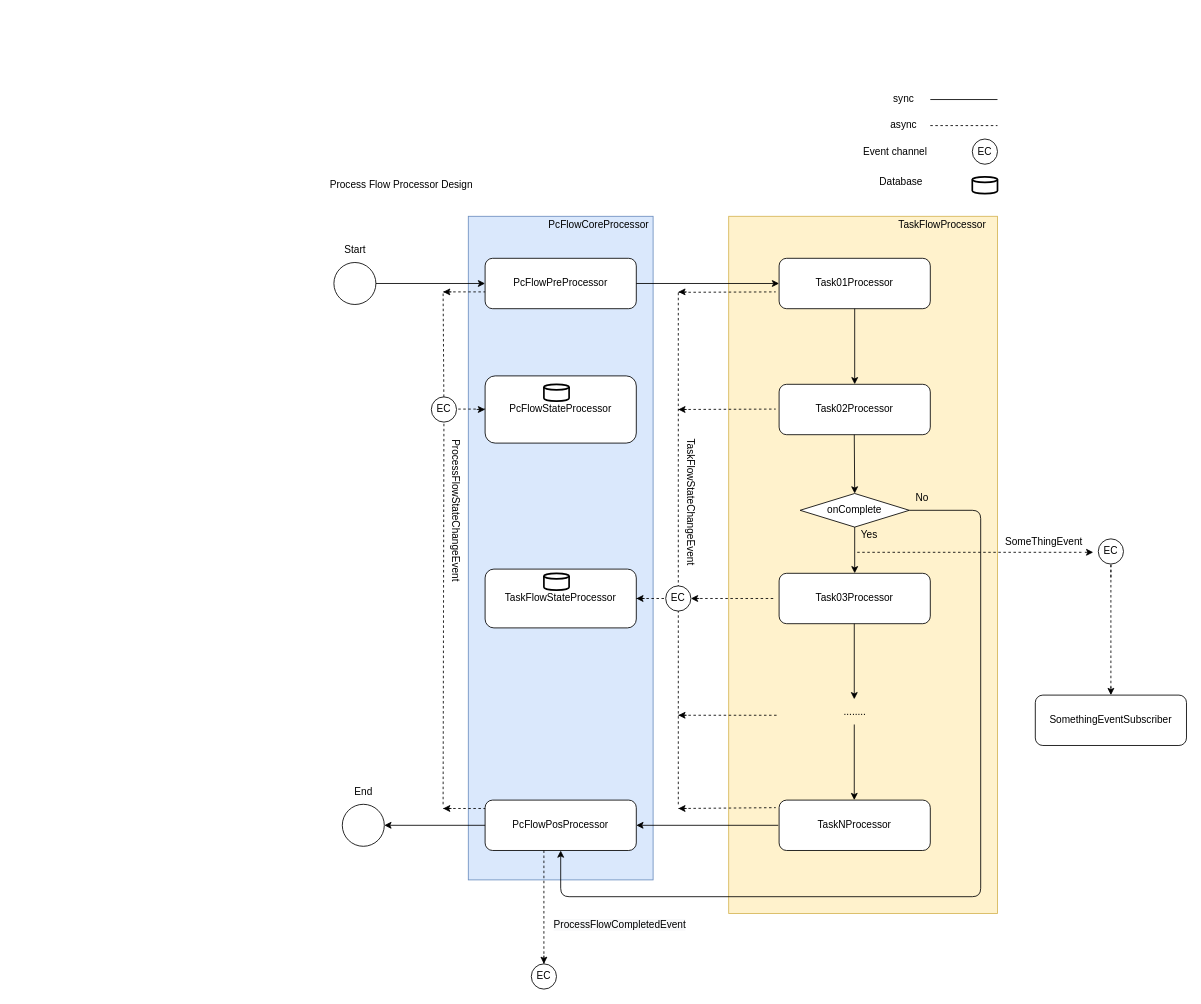
The draw.io diagram PcFlowProcessor.drawio in ndhcoder/my-configs, before the edit. Source tidied: cells renumbered, new cells numbered last; positions are measured from the earlier drawing's top-left corner, leaving out a move shared by most shapes. Both pictures are drawn from the tidied source at 84%, with x=0, y=0 at pixel (321, 91).
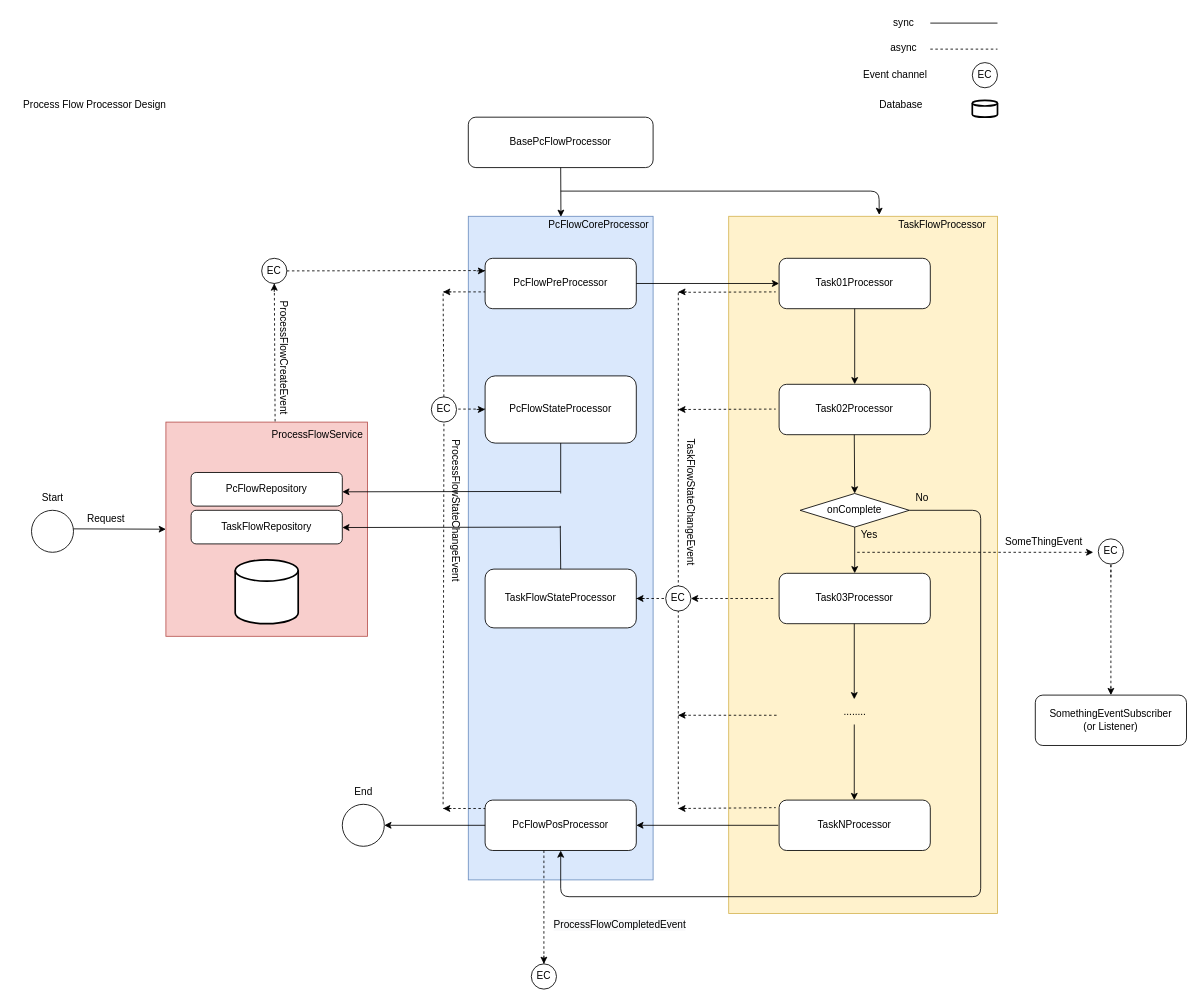
After the change.

Unchanged cells that the change refers to:
```xml
<mxCell id="3" style="rounded=0;whiteSpace=wrap;html=1;fillColor=#fff2cc;strokeColor=#d6b656;" parent="1" vertex="1">
  <mxGeometry x="485" y="149" width="320" height="830" as="geometry" />
</mxCell>
<mxCell id="6" value="PcFlowPreProcessor" style="rounded=1;whiteSpace=wrap;html=1;" parent="1" vertex="1">
  <mxGeometry x="195" y="199" width="180" height="60" as="geometry" />
</mxCell>
<mxCell id="25" value="PcFlowStateProcessor" style="rounded=1;whiteSpace=wrap;html=1;" parent="1" vertex="1">
  <mxGeometry x="195" y="339" width="180" height="80" as="geometry" />
</mxCell>
<mxCell id="76" value="PcFlowCoreProcessor" style="text;html=1;align=center;verticalAlign=middle;points=[];" parent="1" vertex="1">
  <mxGeometry x="265" y="149" width="130" height="20" as="geometry" />
</mxCell>
```

What changed in the source:
```diff
@@
+    <mxCell id="79" style="rounded=0;whiteSpace=wrap;html=1;fillColor=#f8cecc;strokeColor=#b85450;" parent="1" vertex="1">
+      <mxGeometry x="-185" y="394" width="240" height="255" as="geometry" />
+    </mxCell>
@@
     <mxCell id="19" style="ellipse;whiteSpace=wrap;html=1;" parent="1" vertex="1">
-      <mxGeometry x="15" y="204" width="50" height="50" as="geometry" />
+      <mxGeometry x="-345" y="499" width="50" height="50" as="geometry" />
     </mxCell>
@@
-    <mxCell id="21" style="endArrow=classic;html=1;entryX=0;entryY=0.5;entryDx=0;entryDy=0;" parent="1" edge="1" target="6">
+    <mxCell id="21" style="endArrow=classic;html=1;entryX=0;entryY=0.5;entryDx=0;entryDy=0;" parent="1" edge="1" target="79">
       <mxGeometry relative="1" as="geometry">
-        <mxPoint x="65" y="229" as="sourcePoint" />
+        <mxPoint x="-295" y="521.1" as="sourcePoint" />
       </mxGeometry>
     </mxCell>
@@
     <mxCell id="23" value="Start" style="text;html=1;align=center;verticalAlign=middle;" parent="1" vertex="1">
-      <mxGeometry x="20" y="179" width="40" height="20" as="geometry" />
+      <mxGeometry x="-340" y="474" width="40" height="20" as="geometry" />
     </mxCell>
@@
     <mxCell id="45" style="endArrow=none;dashed=1;html=1;" parent="1" edge="1">
       <mxGeometry relative="1" as="geometry">
-        <mxPoint x="725" y="41" as="sourcePoint" />
-        <mxPoint x="805" y="41" as="targetPoint" />
+        <mxPoint x="725" y="-50" as="sourcePoint" />
+        <mxPoint x="805" y="-50" as="targetPoint" />
       </mxGeometry>
     </mxCell>
     <mxCell id="46" value="async" style="text;html=1;align=center;verticalAlign=middle;" parent="1" vertex="1">
-      <mxGeometry x="668" y="30" width="50" height="20" as="geometry" />
+      <mxGeometry x="668" y="-61" width="50" height="20" as="geometry" />
     </mxCell>
     <mxCell id="47" style="endArrow=none;html=1;" parent="1" edge="1">
       <mxGeometry relative="1" as="geometry">
-        <mxPoint x="725" y="10" as="sourcePoint" />
-        <mxPoint x="805" y="10" as="targetPoint" />
+        <mxPoint x="725" y="-81" as="sourcePoint" />
+        <mxPoint x="805" y="-81" as="targetPoint" />
       </mxGeometry>
     </mxCell>
     <mxCell id="48" value="sync" style="text;html=1;align=center;verticalAlign=middle;" parent="1" vertex="1">
-      <mxGeometry x="673" width="40" height="20" as="geometry" />
+      <mxGeometry x="673" y="-91" width="40" height="20" as="geometry" />
     </mxCell>
-    <mxCell id="49" style="strokeWidth=2;html=1;shape=mxgraph.flowchart.database;whiteSpace=wrap;" parent="1" vertex="1">
-      <mxGeometry x="265" y="349" width="30" height="20" as="geometry" />
-    </mxCell>
-    <mxCell id="50" style="strokeWidth=2;html=1;shape=mxgraph.flowchart.database;whiteSpace=wrap;" parent="1" vertex="1">
-      <mxGeometry x="265" y="574" width="30" height="20" as="geometry" />
-    </mxCell>
@@
-    <mxCell id="60" value="SomethingEventSubscriber" style="rounded=1;whiteSpace=wrap;html=1;" parent="1" vertex="1">
+    <mxCell id="60" value="SomethingEventSubscriber&lt;br&gt;(or Listener)" style="rounded=1;whiteSpace=wrap;html=1;" parent="1" vertex="1">
       <mxGeometry x="850" y="719" width="180" height="60" as="geometry" />
     </mxCell>
@@
     <mxCell id="68" value="EC" style="ellipse;whiteSpace=wrap;html=1;" parent="1" vertex="1">
-      <mxGeometry x="775" y="57" width="30" height="30" as="geometry" />
+      <mxGeometry x="775" y="-34" width="30" height="30" as="geometry" />
     </mxCell>
     <mxCell id="69" value="Event channel" style="text;html=1;align=center;verticalAlign=middle;" parent="1" vertex="1">
-      <mxGeometry x="638" y="62" width="90" height="20" as="geometry" />
+      <mxGeometry x="638" y="-29" width="90" height="20" as="geometry" />
     </mxCell>
@@
     <mxCell id="75" value="Process Flow Processor Design" style="text;html=1;align=center;verticalAlign=middle;" parent="1" vertex="1">
-      <mxGeometry y="102" width="190" height="20" as="geometry" />
+      <mxGeometry x="-365" y="7" width="190" height="20" as="geometry" />
     </mxCell>
@@
     <mxCell id="77" style="strokeWidth=2;html=1;shape=mxgraph.flowchart.database;whiteSpace=wrap;" parent="1" vertex="1">
-      <mxGeometry x="775" y="102" width="30" height="20" as="geometry" />
+      <mxGeometry x="775" y="11" width="30" height="20" as="geometry" />
     </mxCell>
     <mxCell id="78" value="Database" style="text;html=1;align=center;verticalAlign=middle;" parent="1" vertex="1">
-      <mxGeometry x="655" y="98" width="70" height="20" as="geometry" />
+      <mxGeometry x="655" y="7" width="70" height="20" as="geometry" />
     </mxCell>
+    <mxCell id="80" value="PcFlowRepository" style="rounded=1;whiteSpace=wrap;html=1;" parent="1" vertex="1">
+      <mxGeometry x="-155" y="454" width="180" height="40" as="geometry" />
+    </mxCell>
+    <mxCell id="81" value="TaskFlowRepository" style="rounded=1;whiteSpace=wrap;html=1;" parent="1" vertex="1">
+      <mxGeometry x="-155" y="499" width="180" height="40" as="geometry" />
+    </mxCell>
+    <mxCell id="82" style="strokeWidth=2;html=1;shape=mxgraph.flowchart.database;whiteSpace=wrap;" parent="1" vertex="1">
+      <mxGeometry x="-102.5" y="558" width="75" height="76" as="geometry" />
+    </mxCell>
+    <mxCell id="83" style="endArrow=classic;html=1;" parent="1" edge="1">
+      <mxGeometry relative="1" as="geometry">
+        <mxPoint x="285" y="476.5" as="sourcePoint" />
+        <mxPoint x="25" y="477" as="targetPoint" />
+      </mxGeometry>
+    </mxCell>
+    <mxCell id="84" style="endArrow=none;html=1;entryX=0.5;entryY=1;entryDx=0;entryDy=0;" parent="1" edge="1" target="25">
+      <mxGeometry relative="1" as="geometry">
+        <mxPoint x="285" y="479" as="sourcePoint" />
+      </mxGeometry>
+    </mxCell>
+    <mxCell id="85" value="ProcessFlowService" style="text;html=1;align=center;verticalAlign=middle;" parent="1" vertex="1">
+      <mxGeometry x="-65" y="399" width="120" height="20" as="geometry" />
+    </mxCell>
+    <mxCell id="86" style="endArrow=classic;html=1;" parent="1" edge="1">
+      <mxGeometry relative="1" as="geometry">
+        <mxPoint x="285" y="519" as="sourcePoint" />
+        <mxPoint x="25" y="519.5" as="targetPoint" />
+      </mxGeometry>
+    </mxCell>
+    <mxCell id="87" style="endArrow=none;html=1;entryX=0.5;entryY=1;entryDx=0;entryDy=0;" parent="1" edge="1">
+      <mxGeometry relative="1" as="geometry">
+        <mxPoint x="285" y="569" as="sourcePoint" />
+        <mxPoint x="284.5" y="517.5" as="targetPoint" />
+      </mxGeometry>
+    </mxCell>
+    <mxCell id="88" value="Request&amp;nbsp;" style="text;html=1;align=center;verticalAlign=middle;" parent="1" vertex="1">
+      <mxGeometry x="-285" y="499" width="60" height="20" as="geometry" />
+    </mxCell>
+    <mxCell id="89" value="EC" style="ellipse;whiteSpace=wrap;html=1;" parent="1" vertex="1">
+      <mxGeometry x="-71" y="199" width="30" height="30" as="geometry" />
+    </mxCell>
+    <mxCell id="90" style="endArrow=none;dashed=1;html=1;" parent="1" edge="1" target="89">
+      <mxGeometry relative="1" as="geometry">
+        <mxPoint x="-55" y="393.2" as="sourcePoint" />
+      </mxGeometry>
+    </mxCell>
+    <mxCell id="91" style="endArrow=classic;html=1;entryX=0.5;entryY=1;entryDx=0;entryDy=0;" parent="1" edge="1" target="89">
+      <mxGeometry relative="1" as="geometry">
+        <mxPoint x="-56" y="239" as="sourcePoint" />
+      </mxGeometry>
+    </mxCell>
+    <mxCell id="92" value="ProcessFlowCreateEvent" style="text;html=1;align=center;verticalAlign=middle;rotation=90;" parent="1" vertex="1">
+      <mxGeometry x="-120" y="307" width="150" height="20" as="geometry" />
+    </mxCell>
+    <mxCell id="93" style="endArrow=none;dashed=1;html=1;exitX=1;exitY=0.5;exitDx=0;exitDy=0;" parent="1" edge="1" source="89">
+      <mxGeometry relative="1" as="geometry">
+        <mxPoint x="195" y="213.6" as="targetPoint" />
+      </mxGeometry>
+    </mxCell>
+    <mxCell id="94" style="endArrow=classic;html=1;entryX=0;entryY=0.25;entryDx=0;entryDy=0;" parent="1" edge="1" target="6">
+      <mxGeometry relative="1" as="geometry">
+        <mxPoint x="185" y="214" as="sourcePoint" />
+      </mxGeometry>
+    </mxCell>
+    <mxCell id="95" value="BasePcFlowProcessor" style="rounded=1;whiteSpace=wrap;html=1;" parent="1" vertex="1">
+      <mxGeometry x="175" y="31" width="220" height="60" as="geometry" />
+    </mxCell>
+    <mxCell id="96" style="endArrow=classic;html=1;exitX=0.5;exitY=1;exitDx=0;exitDy=0;entryX=0.156;entryY=0.032;entryDx=0;entryDy=0;entryPerimeter=0;" parent="1" edge="1" source="95" target="76">
+      <mxGeometry relative="1" as="geometry" />
+    </mxCell>
+    <mxCell id="97" style="endArrow=classic;html=1;entryX=0.56;entryY=-0.002;entryDx=0;entryDy=0;entryPerimeter=0;" parent="1" edge="1" target="3">
+      <mxGeometry relative="1" as="geometry">
+        <mxPoint x="285" y="119" as="sourcePoint" />
+        <Array as="points">
+          <mxPoint x="664" y="119" />
+        </Array>
+      </mxGeometry>
+    </mxCell>
```
